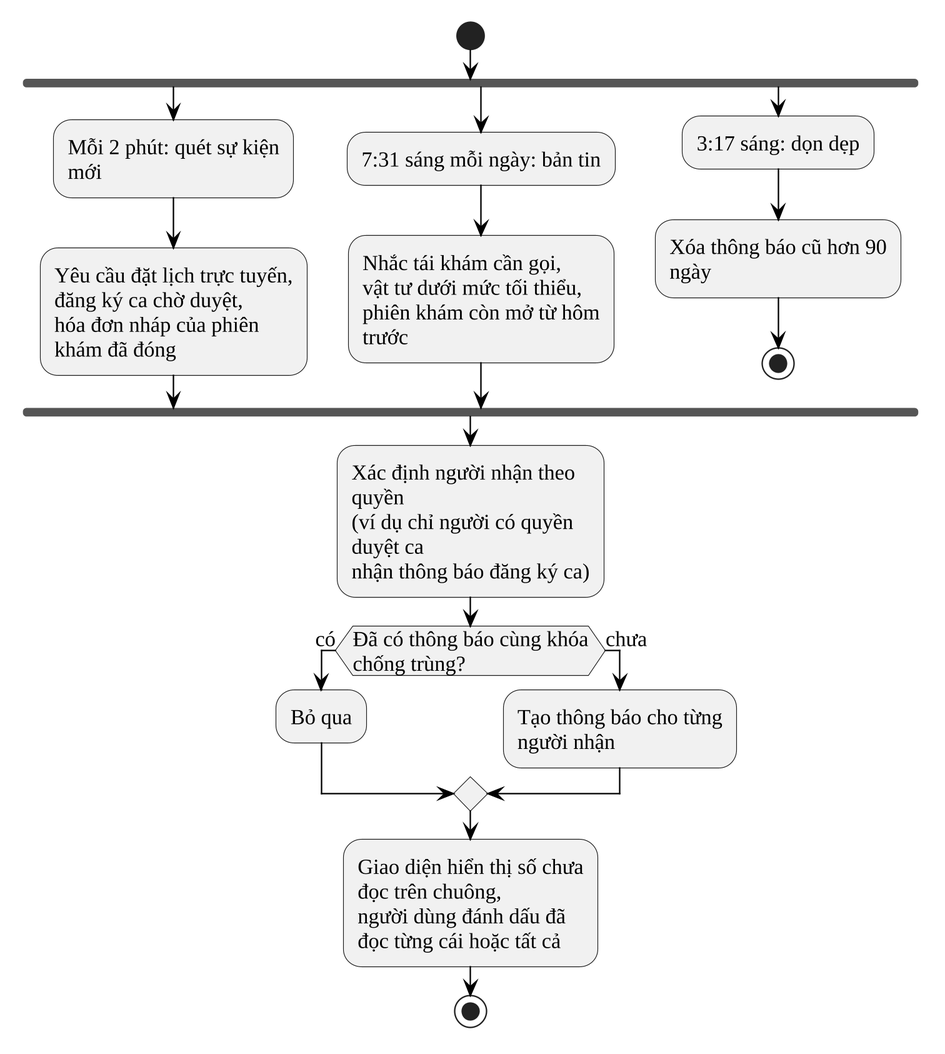
This is docs/10_Thesis/bao-cao/hinh/3-32-hoat-dong-thong-bao.png from Trantuan0310/dental-clinic-nestjs-react, a PlantUML export, as it was before one commit. Its diagram source:
```plantuml
@startuml
!include _kieu.iuml
start
fork
  :Mỗi 2 phút: quét sự kiện mới;
  :Yêu cầu đặt lịch trực tuyến,\nđăng ký ca chờ duyệt,\nhóa đơn nháp của phiên khám đã đóng;
fork again
  :7:31 sáng mỗi ngày: bản tin;
  :Nhắc tái khám cần gọi,\nvật tư dưới mức tối thiểu,\nphiên khám còn mở từ hôm trước;
fork again
  :3:17 sáng: dọn dẹp;
  :Xóa thông báo cũ hơn 90 ngày;
  stop
end fork
:Xác định người nhận theo quyền\n(ví dụ chỉ người có quyền duyệt ca\nnhận thông báo đăng ký ca);
if (Đã có thông báo cùng khóa chống trùng?) then (có)
  :Bỏ qua;
else (chưa)
  :Tạo thông báo cho từng người nhận;
endif
:Giao diện hiển thị số chưa đọc trên chuông,\nngười dùng đánh dấu đã đọc từng cái hoặc tất cả;
stop
@enduml
```
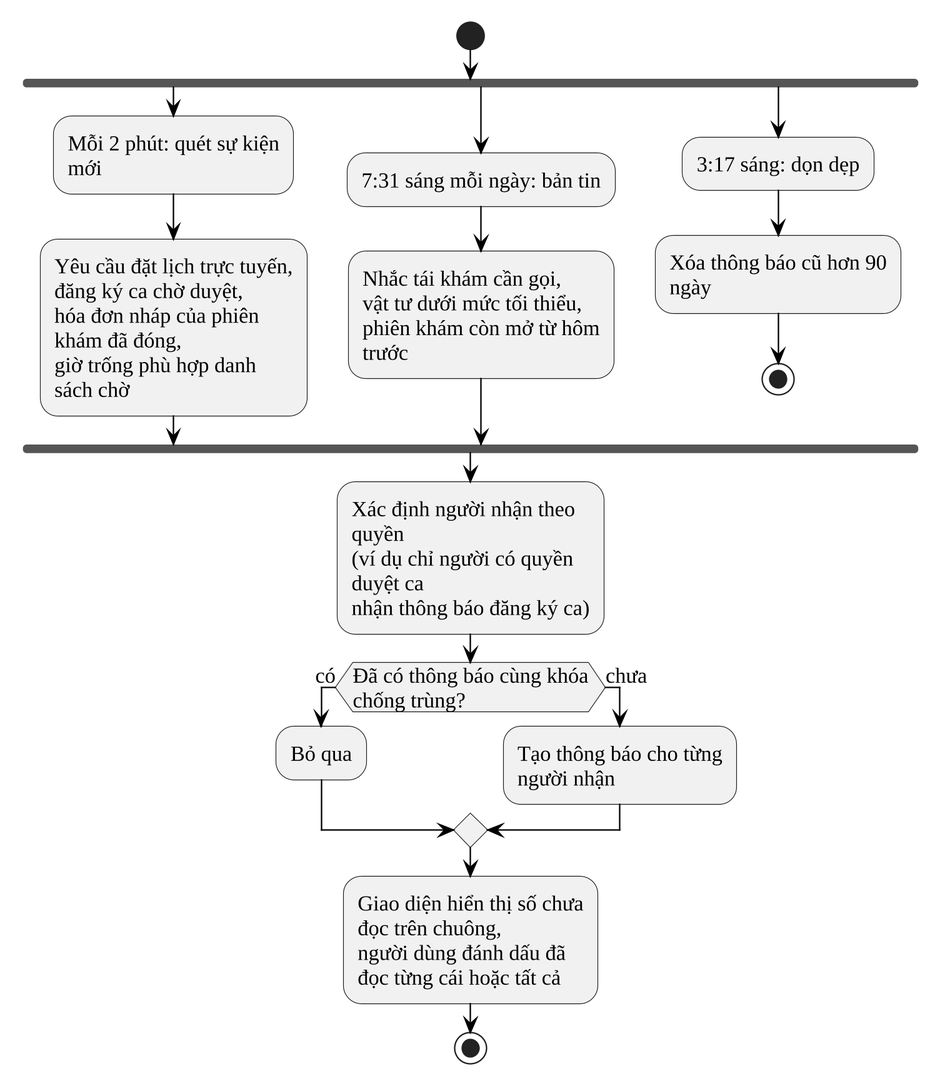
After the change.

Commit message:
docs(thesis): bổ sung ràng buộc danh mục và loại thông báo theo đúng mã

What changed in the source:
```diff
@@ -3,7 +3,7 @@
 start
 fork
   :Mỗi 2 phút: quét sự kiện mới;
-  :Yêu cầu đặt lịch trực tuyến,\nđăng ký ca chờ duyệt,\nhóa đơn nháp của phiên khám đã đóng;
+  :Yêu cầu đặt lịch trực tuyến,\nđăng ký ca chờ duyệt,\nhóa đơn nháp của phiên khám đã đóng,\ngiờ trống phù hợp danh sách chờ;
 fork again
   :7:31 sáng mỗi ngày: bản tin;
   :Nhắc tái khám cần gọi,\nvật tư dưới mức tối thiểu,\nphiên khám còn mở từ hôm trước;
```
